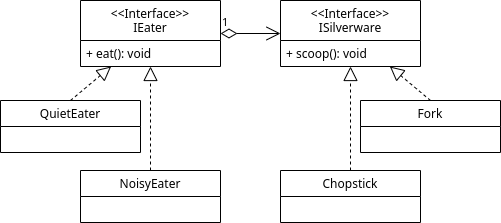
The draw.io diagram 3rd-Year/Object-Oriented-Programming/HW4/hw4q1a.png in abrahammurciano/homework, before a commit. Source tidied: cells renumbered, new cells last; positions are measured from the earlier drawing's top-left corner, leaving out a move shared by most shapes.
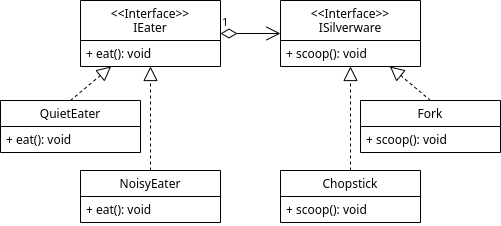
Later version of the same file.

What changed in the source:
```diff
@@ -11,12 +11,18 @@
     <mxCell id="4" value="QuietEater" style="swimlane;fontStyle=0;horizontal=1;startSize=26;fillColor=none;" parent="1" vertex="1">
       <mxGeometry y="100" width="140" height="52" as="geometry" />
     </mxCell>
+    <mxCell id="15" value="+ eat(): void" style="text;strokeColor=none;fillColor=none;align=left;verticalAlign=top;spacingLeft=4;spacingRight=4;overflow=hidden;" parent="4" vertex="1">
+      <mxGeometry y="26" width="140" height="26" as="geometry" />
+    </mxCell>
     <mxCell id="5" style="endArrow=block;dashed=1;endFill=0;endSize=12;html=1;exitX=0.5;exitY=0;exitDx=0;exitDy=0;" parent="1" edge="1" source="4" target="2">
       <mxGeometry relative="1" as="geometry" />
     </mxCell>
     <mxCell id="6" value="NoisyEater" style="swimlane;fontStyle=0;horizontal=1;startSize=26;fillColor=none;" parent="1" vertex="1">
       <mxGeometry x="80" y="170" width="140" height="52" as="geometry" />
     </mxCell>
+    <mxCell id="16" value="+ eat(): void" style="text;strokeColor=none;fillColor=none;align=left;verticalAlign=top;spacingLeft=4;spacingRight=4;overflow=hidden;" parent="6" vertex="1">
+      <mxGeometry y="26" width="140" height="26" as="geometry" />
+    </mxCell>
     <mxCell id="7" style="endArrow=block;dashed=1;endFill=0;endSize=12;html=1;exitX=0.5;exitY=0;exitDx=0;exitDy=0;" parent="1" edge="1" source="6" target="2">
       <mxGeometry relative="1" as="geometry" />
     </mxCell>
@@ -29,12 +35,18 @@
     <mxCell id="10" value="Chopstick" style="swimlane;fontStyle=0;horizontal=1;startSize=26;fillColor=none;" parent="1" vertex="1">
       <mxGeometry x="280" y="170" width="140" height="52" as="geometry" />
     </mxCell>
+    <mxCell id="17" value="+ scoop(): void" style="text;strokeColor=none;fillColor=none;align=left;verticalAlign=top;spacingLeft=4;spacingRight=4;overflow=hidden;" parent="10" vertex="1">
+      <mxGeometry y="26" width="140" height="26" as="geometry" />
+    </mxCell>
     <mxCell id="11" style="endArrow=block;dashed=1;endFill=0;endSize=12;html=1;exitX=0.5;exitY=0;exitDx=0;exitDy=0;" parent="1" edge="1" source="10" target="8">
       <mxGeometry relative="1" as="geometry" />
     </mxCell>
     <mxCell id="12" value="Fork" style="swimlane;fontStyle=0;horizontal=1;startSize=26;fillColor=none;" parent="1" vertex="1">
       <mxGeometry x="360" y="100" width="140" height="52" as="geometry" />
     </mxCell>
+    <mxCell id="18" value="+ scoop(): void" style="text;strokeColor=none;fillColor=none;align=left;verticalAlign=top;spacingLeft=4;spacingRight=4;overflow=hidden;" parent="12" vertex="1">
+      <mxGeometry y="26" width="140" height="26" as="geometry" />
+    </mxCell>
     <mxCell id="13" style="endArrow=block;dashed=1;endFill=0;endSize=12;html=1;exitX=0.5;exitY=0;exitDx=0;exitDy=0;" parent="1" edge="1" source="12" target="8">
       <mxGeometry relative="1" as="geometry" />
     </mxCell>
```
